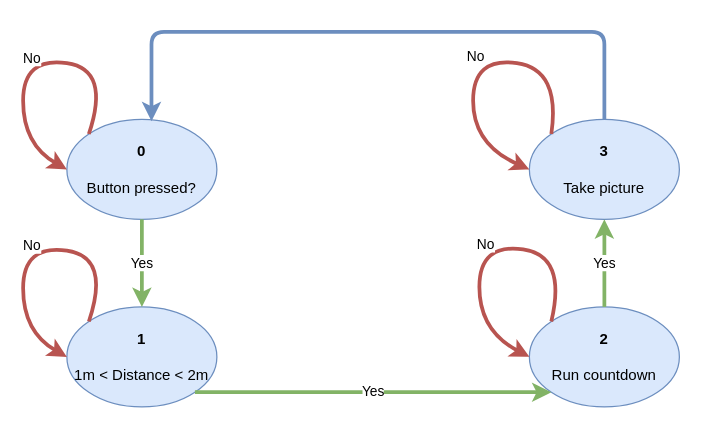
Above: docs/assets/source/Sample_Project_States.drawio in FHNW-IP5-IP6/GPIOSimulator (draw.io), before the change. Source tidied: cells renumbered, new cells numbered last; positions are measured from the earlier drawing's top-left corner, leaving out a move shared by most shapes. Both pictures are drawn from the tidied source at 125%, with x=0, y=0 at pixel (22, 31).
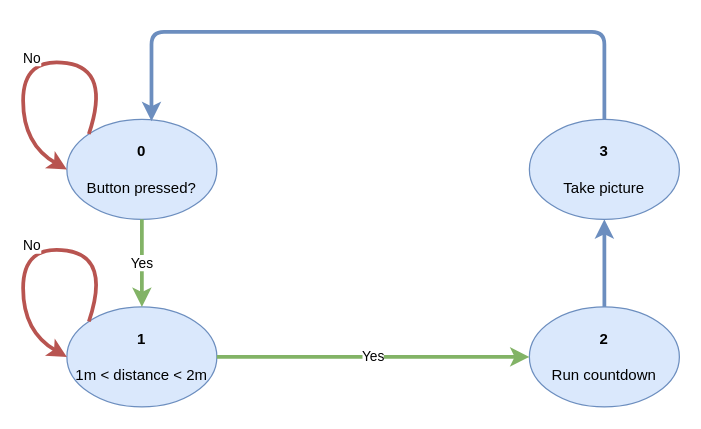
The same diagram, later.

Commit message (it also covers changes not shown here):
edited state diagram

The change refers to these unchanged cells:
```xml
<mxCell id="2" value="&lt;b&gt;0&lt;/b&gt;&lt;br&gt;&lt;br&gt;Button pressed?" style="ellipse;whiteSpace=wrap;html=1;fillColor=#dae8fc;strokeColor=#6c8ebf;" parent="1" vertex="1">
  <mxGeometry x="35" y="70" width="120" height="80" as="geometry" />
</mxCell>
<mxCell id="7" value="&lt;b&gt;2&lt;/b&gt;&lt;br&gt;&lt;br&gt;Run countdown" style="ellipse;whiteSpace=wrap;html=1;fillColor=#dae8fc;strokeColor=#6c8ebf;" parent="1" vertex="1">
  <mxGeometry x="405" y="220" width="120" height="80" as="geometry" />
</mxCell>
<mxCell id="10" value="&lt;b&gt;3&lt;/b&gt;&lt;br&gt;&lt;br&gt;Take picture" style="ellipse;whiteSpace=wrap;html=1;fillColor=#dae8fc;strokeColor=#6c8ebf;" parent="1" vertex="1">
  <mxGeometry x="405" y="70" width="120" height="80" as="geometry" />
</mxCell>
```

Diff of the diagram source:
```diff
@@
-    <mxCell id="4" value="&lt;b&gt;1&lt;/b&gt;&lt;br&gt;&lt;br&gt;1m &amp;lt; Distance &amp;lt; 2m" style="ellipse;whiteSpace=wrap;html=1;fillColor=#dae8fc;strokeColor=#6c8ebf;" parent="1" vertex="1">
+    <mxCell id="4" value="&lt;b&gt;1&lt;/b&gt;&lt;br&gt;&lt;br&gt;1m &amp;lt; distance &amp;lt; 2m" style="ellipse;whiteSpace=wrap;html=1;fillColor=#dae8fc;strokeColor=#6c8ebf;" parent="1" vertex="1">
       <mxGeometry x="35" y="220" width="120" height="80" as="geometry" />
     </mxCell>
@@
-    <mxCell id="8" value="No" style="curved=1;endArrow=classic;html=1;exitX=0;exitY=0;exitDx=0;exitDy=0;entryX=0;entryY=0.5;entryDx=0;entryDy=0;fillColor=#f8cecc;strokeColor=#b85450;strokeWidth=3;" parent="1" edge="1" source="7" target="7">
-      <mxGeometry relative="1" as="geometry">
-        <Array as="points">
-          <mxPoint x="435" y="179" />
-          <mxPoint x="365" y="169" />
-          <mxPoint x="365" y="239" />
-        </Array>
-      </mxGeometry>
-    </mxCell>
-    <mxCell id="9" value="Yes" style="endArrow=classic;html=1;exitX=1;exitY=1;exitDx=0;exitDy=0;entryX=0;entryY=1;entryDx=0;entryDy=0;fillColor=#d5e8d4;strokeColor=#82b366;strokeWidth=3;" parent="1" edge="1" source="4" target="7">
+    <mxCell id="9" value="Yes" style="endArrow=classic;html=1;exitX=1;exitY=0.5;exitDx=0;exitDy=0;entryX=0;entryY=0.5;entryDx=0;entryDy=0;fillColor=#d5e8d4;strokeColor=#82b366;strokeWidth=3;" parent="1" edge="1" source="4" target="7">
       <mxGeometry relative="1" as="geometry" />
     </mxCell>
@@
-    <mxCell id="11" value="No" style="curved=1;endArrow=classic;html=1;entryX=0;entryY=0.5;entryDx=0;entryDy=0;exitX=0;exitY=0;exitDx=0;exitDy=0;fillColor=#f8cecc;strokeColor=#b85450;strokeWidth=3;" parent="1" edge="1" source="10" target="10">
-      <mxGeometry relative="1" as="geometry">
-        <Array as="points">
-          <mxPoint x="430" y="30" />
-          <mxPoint x="360" y="20" />
-          <mxPoint x="360" y="90" />
-        </Array>
-      </mxGeometry>
-    </mxCell>
+    <mxCell id="13" style="edgeStyle=segmentEdgeStyle;endArrow=classic;html=1;entryX=0.564;entryY=0.018;entryDx=0;entryDy=0;entryPerimeter=0;exitX=0.5;exitY=0;exitDx=0;exitDy=0;fillColor=#dae8fc;strokeColor=#6c8ebf;strokeWidth=3;" parent="1" edge="1" target="2">
+      <mxGeometry relative="1" as="geometry">
+        <mxPoint x="465" y="70" as="sourcePoint" />
+        <Array as="points">
+          <mxPoint x="465" />
+          <mxPoint x="103" />
+        </Array>
+      </mxGeometry>
+    </mxCell>
-    <mxCell id="12" value="Yes" style="endArrow=classic;html=1;exitX=0.5;exitY=0;exitDx=0;exitDy=0;entryX=0.5;entryY=1;entryDx=0;entryDy=0;strokeWidth=3;fillColor=#d5e8d4;strokeColor=#82b366;" parent="1" edge="1" source="7" target="10">
+    <mxCell id="12" style="endArrow=classic;html=1;entryX=0.5;entryY=1;entryDx=0;entryDy=0;exitX=0.5;exitY=0;exitDx=0;exitDy=0;strokeWidth=3;fillColor=#dae8fc;strokeColor=#6c8ebf;" parent="1" edge="1" source="7" target="10">
       <mxGeometry relative="1" as="geometry" />
     </mxCell>
-    <mxCell id="13" style="edgeStyle=segmentEdgeStyle;endArrow=classic;html=1;entryX=0.564;entryY=0.018;entryDx=0;entryDy=0;entryPerimeter=0;exitX=0.5;exitY=0;exitDx=0;exitDy=0;fillColor=#dae8fc;strokeColor=#6c8ebf;strokeWidth=3;" parent="1" edge="1" target="2">
-      <mxGeometry relative="1" as="geometry">
-        <mxPoint x="465" y="70" as="sourcePoint" />
-        <Array as="points">
-          <mxPoint x="465" />
-          <mxPoint x="103" />
-        </Array>
-      </mxGeometry>
-    </mxCell>
```
